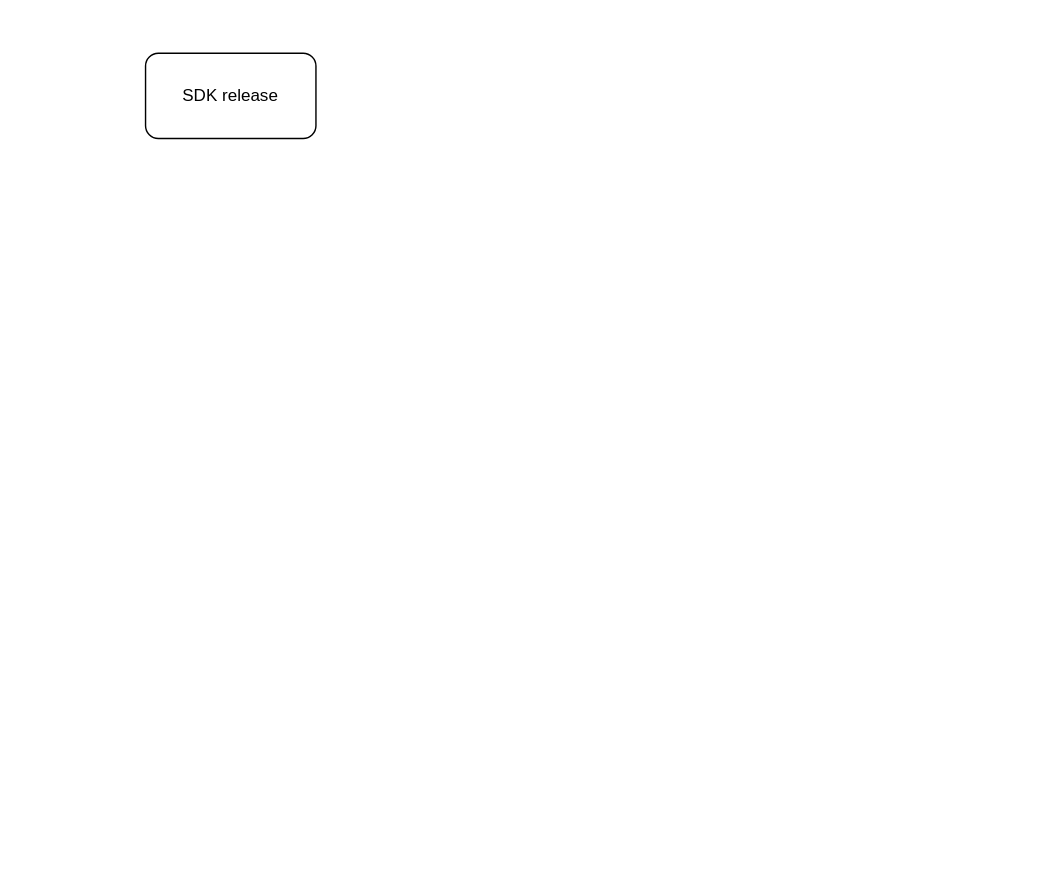
Before: 未命名绘图.drawio in itellboy/itellboy, a draw.io diagram. Source tidied: cells renumbered, new cells numbered last; positions are measured from the earlier drawing's top-left corner, leaving out a move shared by most shapes. Both pictures are drawn from the tidied source at 142%, with x=0, y=0 at pixel (145, 53).
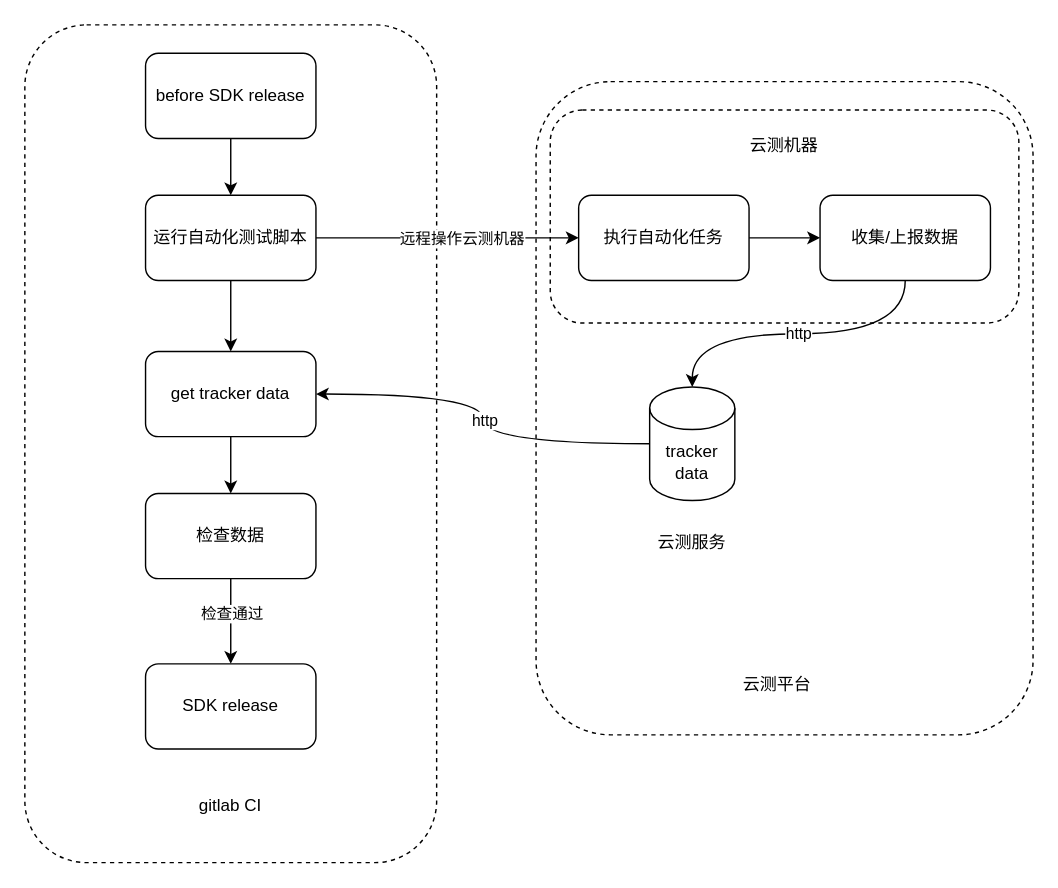
After the change.

Commit message:
更新未命名绘图.drawio

What changed in the source:
```diff
@@
+    <mxCell id="3" style="rounded=1;whiteSpace=wrap;html=1;dashed=1;" parent="1" vertex="1">
+      <mxGeometry x="275" y="20" width="350" height="460" as="geometry" />
+    </mxCell>
+    <mxCell id="4" style="rounded=1;whiteSpace=wrap;html=1;dashed=1;" parent="1" vertex="1">
+      <mxGeometry x="285" y="40" width="330" height="150" as="geometry" />
+    </mxCell>
+    <mxCell id="5" style="rounded=1;whiteSpace=wrap;html=1;dashed=1;" parent="1" vertex="1">
+      <mxGeometry x="-85" y="-20" width="290" height="590" as="geometry" />
+    </mxCell>
+    <mxCell id="6" style="edgeStyle=orthogonalEdgeStyle;rounded=0;jettySize=auto;html=1;" parent="1" edge="1" source="2" target="10">
+      <mxGeometry relative="1" as="geometry" />
+    </mxCell>
-    <mxCell id="2" value="SDK release" style="rounded=1;whiteSpace=wrap;html=1;" parent="1" vertex="1">
+    <mxCell id="2" value="before SDK release" style="rounded=1;whiteSpace=wrap;html=1;" parent="1" vertex="1">
       <mxGeometry width="120" height="60" as="geometry" />
     </mxCell>
+    <mxCell id="7" style="edgeStyle=orthogonalEdgeStyle;rounded=0;jettySize=auto;html=1;" parent="1" edge="1" source="10" target="17">
+      <mxGeometry relative="1" as="geometry" />
+    </mxCell>
+    <mxCell id="8" value="远程操作云测机器" style="edgeLabel;html=1;align=center;verticalAlign=middle;" parent="7" vertex="1">
+      <mxGeometry x="0.1" relative="1" as="geometry" />
+    </mxCell>
+    <mxCell id="9" style="edgeStyle=orthogonalEdgeStyle;rounded=0;jettySize=auto;html=1;" parent="1" edge="1" source="10" target="12">
+      <mxGeometry relative="1" as="geometry" />
+    </mxCell>
+    <mxCell id="10" value="运行自动化测试脚本" style="rounded=1;whiteSpace=wrap;html=1;" parent="1" vertex="1">
+      <mxGeometry y="100" width="120" height="60" as="geometry" />
+    </mxCell>
+    <mxCell id="11" style="edgeStyle=orthogonalEdgeStyle;rounded=0;jettySize=auto;html=1;" parent="1" edge="1" source="12" target="15">
+      <mxGeometry relative="1" as="geometry" />
+    </mxCell>
+    <mxCell id="12" value="get tracker data" style="rounded=1;whiteSpace=wrap;html=1;" parent="1" vertex="1">
+      <mxGeometry y="210" width="120" height="60" as="geometry" />
+    </mxCell>
+    <mxCell id="13" style="edgeStyle=orthogonalEdgeStyle;rounded=1;jettySize=auto;html=1;" parent="1" edge="1" source="15" target="23">
+      <mxGeometry relative="1" as="geometry" />
+    </mxCell>
+    <mxCell id="14" value="检查通过" style="edgeLabel;html=1;align=center;verticalAlign=middle;" parent="13" vertex="1">
+      <mxGeometry x="-0.2" relative="1" as="geometry" />
+    </mxCell>
+    <mxCell id="15" value="检查数据" style="rounded=1;whiteSpace=wrap;html=1;" parent="1" vertex="1">
+      <mxGeometry y="310" width="120" height="60" as="geometry" />
+    </mxCell>
+    <mxCell id="16" style="edgeStyle=orthogonalEdgeStyle;rounded=0;jettySize=auto;html=1;" parent="1" edge="1" source="17" target="19">
+      <mxGeometry relative="1" as="geometry" />
+    </mxCell>
+    <mxCell id="17" value="执行自动化任务" style="rounded=1;whiteSpace=wrap;html=1;" parent="1" vertex="1">
+      <mxGeometry x="305" y="100" width="120" height="60" as="geometry" />
+    </mxCell>
+    <mxCell id="18" value="http" style="edgeStyle=orthogonalEdgeStyle;jettySize=auto;html=1;curved=1;exitX=0.5;exitY=1;exitDx=0;exitDy=0;" parent="1" edge="1" source="19" target="22">
+      <mxGeometry relative="1" as="geometry" />
+    </mxCell>
+    <mxCell id="19" value="收集/上报数据" style="rounded=1;whiteSpace=wrap;html=1;" parent="1" vertex="1">
+      <mxGeometry x="475" y="100" width="120" height="60" as="geometry" />
+    </mxCell>
+    <mxCell id="20" style="edgeStyle=orthogonalEdgeStyle;jettySize=auto;html=1;curved=1;" parent="1" edge="1" source="22" target="12">
+      <mxGeometry relative="1" as="geometry" />
+    </mxCell>
+    <mxCell id="21" value="http" style="edgeLabel;html=1;align=center;verticalAlign=middle;" parent="20" vertex="1">
+      <mxGeometry relative="1" as="geometry">
+        <mxPoint x="1" y="1" as="offset" />
+      </mxGeometry>
+    </mxCell>
+    <mxCell id="22" value="tracker data" style="shape=cylinder3;whiteSpace=wrap;html=1;boundedLbl=1;backgroundOutline=1;size=15;" parent="1" vertex="1">
+      <mxGeometry x="355" y="235" width="60" height="80" as="geometry" />
+    </mxCell>
+    <mxCell id="23" value="SDK release" style="rounded=1;whiteSpace=wrap;html=1;" parent="1" vertex="1">
+      <mxGeometry y="430" width="120" height="60" as="geometry" />
+    </mxCell>
+    <mxCell id="24" value="gitlab CI" style="text;html=1;strokeColor=none;fillColor=none;align=center;verticalAlign=middle;whiteSpace=wrap;rounded=0;" parent="1" vertex="1">
+      <mxGeometry x="30" y="515" width="60" height="30" as="geometry" />
+    </mxCell>
+    <mxCell id="25" value="云测平台" style="text;html=1;strokeColor=none;fillColor=none;align=center;verticalAlign=middle;whiteSpace=wrap;rounded=0;" parent="1" vertex="1">
+      <mxGeometry x="415" y="430" width="60" height="30" as="geometry" />
+    </mxCell>
+    <mxCell id="26" value="云测机器" style="text;html=1;strokeColor=none;fillColor=none;align=center;verticalAlign=middle;whiteSpace=wrap;rounded=0;" parent="1" vertex="1">
+      <mxGeometry x="420" y="50" width="60" height="30" as="geometry" />
+    </mxCell>
+    <mxCell id="27" value="云测服务" style="text;html=1;strokeColor=none;fillColor=none;align=center;verticalAlign=middle;whiteSpace=wrap;rounded=0;" parent="1" vertex="1">
+      <mxGeometry x="355" y="330" width="60" height="30" as="geometry" />
+    </mxCell>
```
